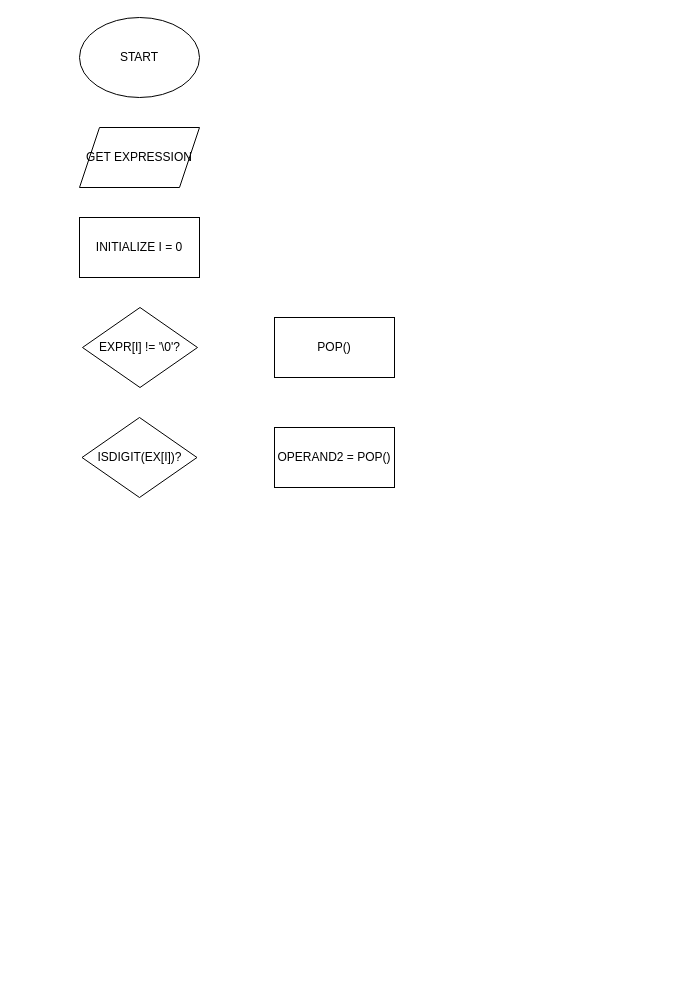
Before: Exp8.drawio in ahamril2265/DSA-LABS, a draw.io diagram. Source tidied: cells renumbered, new cells numbered last; positions are measured from the earlier drawing's top-left corner, leaving out a move shared by most shapes. Both pictures are drawn from the tidied source at 100%, with x=0, y=0 at pixel (79, 17).
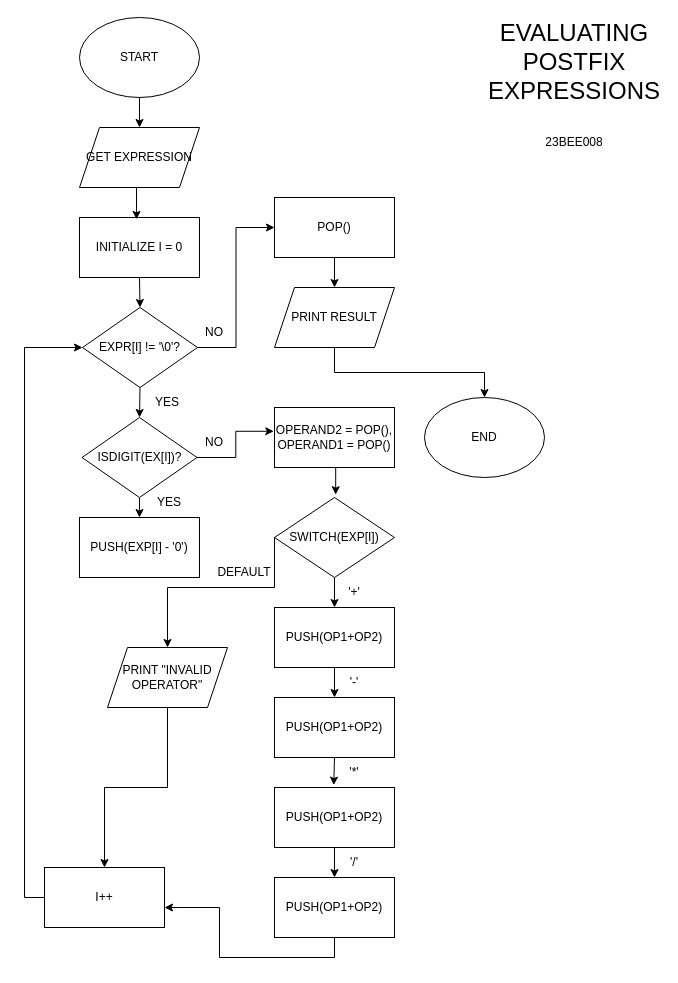
Above is the later version.

The change refers to these unchanged cells:
```xml
<mxCell id="2" value="START" style="ellipse;whiteSpace=wrap;html=1;" parent="1" vertex="1">
  <mxGeometry width="120" height="80" as="geometry" />
</mxCell>
<mxCell id="3" value="GET EXPRESSION" style="shape=parallelogram;perimeter=parallelogramPerimeter;whiteSpace=wrap;html=1;fixedSize=1;" parent="1" vertex="1">
  <mxGeometry y="110" width="120" height="60" as="geometry" />
</mxCell>
<mxCell id="4" value="INITIALIZE I = 0" style="rounded=0;whiteSpace=wrap;html=1;" parent="1" vertex="1">
  <mxGeometry y="200" width="120" height="60" as="geometry" />
</mxCell>
<mxCell id="5" value="EXPR[I] != '\0'?" style="rhombus;whiteSpace=wrap;html=1;" parent="1" vertex="1">
  <mxGeometry x="3" y="290" width="115" height="80" as="geometry" />
</mxCell>
<mxCell id="6" value="ISDIGIT(EX[I])?" style="rhombus;whiteSpace=wrap;html=1;" parent="1" vertex="1">
  <mxGeometry x="2.5" y="400" width="115" height="80" as="geometry" />
</mxCell>
```

What changed in the source:
```diff
@@
+    <mxCell id="9" style="edgeStyle=orthogonalEdgeStyle;rounded=0;jettySize=auto;html=1;exitX=0.5;exitY=1;exitDx=0;exitDy=0;entryX=0.5;entryY=0;entryDx=0;entryDy=0;" parent="1" edge="1" source="2" target="3">
+      <mxGeometry relative="1" as="geometry" />
+    </mxCell>
@@
+    <mxCell id="10" style="edgeStyle=orthogonalEdgeStyle;rounded=0;jettySize=auto;html=1;exitX=0.5;exitY=1;exitDx=0;exitDy=0;entryX=0.5;entryY=0;entryDx=0;entryDy=0;" parent="1" edge="1" source="4" target="5">
+      <mxGeometry relative="1" as="geometry" />
+    </mxCell>
@@
+    <mxCell id="11" style="edgeStyle=orthogonalEdgeStyle;rounded=0;jettySize=auto;html=1;exitX=0.5;exitY=1;exitDx=0;exitDy=0;entryX=0.5;entryY=0;entryDx=0;entryDy=0;" parent="1" edge="1" source="5" target="6">
+      <mxGeometry relative="1" as="geometry" />
+    </mxCell>
+    <mxCell id="12" style="edgeStyle=orthogonalEdgeStyle;rounded=0;jettySize=auto;html=1;exitX=1;exitY=0.5;exitDx=0;exitDy=0;entryX=0;entryY=0.5;entryDx=0;entryDy=0;" parent="1" edge="1" source="5" target="7">
+      <mxGeometry relative="1" as="geometry" />
+    </mxCell>
@@
+    <mxCell id="13" style="edgeStyle=orthogonalEdgeStyle;rounded=0;jettySize=auto;html=1;exitX=0.5;exitY=1;exitDx=0;exitDy=0;entryX=0.5;entryY=0;entryDx=0;entryDy=0;" parent="1" edge="1" source="6" target="20">
+      <mxGeometry relative="1" as="geometry" />
+    </mxCell>
@@
+    <mxCell id="14" style="edgeStyle=orthogonalEdgeStyle;rounded=0;jettySize=auto;html=1;exitX=0.5;exitY=1;exitDx=0;exitDy=0;entryX=0.5;entryY=0;entryDx=0;entryDy=0;" parent="1" edge="1" source="7" target="16">
+      <mxGeometry relative="1" as="geometry" />
+    </mxCell>
     <mxCell id="7" value="POP()" style="rounded=0;whiteSpace=wrap;html=1;" parent="1" vertex="1">
-      <mxGeometry x="195" y="300" width="120" height="60" as="geometry" />
+      <mxGeometry x="195" y="180" width="120" height="60" as="geometry" />
     </mxCell>
-    <mxCell id="8" value="OPERAND2 = POP()" style="rounded=0;whiteSpace=wrap;html=1;" parent="1" vertex="1">
-      <mxGeometry x="195" y="410" width="120" height="60" as="geometry" />
+    <mxCell id="8" value="OPERAND2 = POP(), OPERAND1 = POP()" style="rounded=0;whiteSpace=wrap;html=1;" parent="1" vertex="1">
+      <mxGeometry x="195" y="390" width="120" height="60" as="geometry" />
     </mxCell>
+    <mxCell id="15" style="edgeStyle=orthogonalEdgeStyle;rounded=0;jettySize=auto;html=1;exitX=0.5;exitY=1;exitDx=0;exitDy=0;entryX=0.5;entryY=0;entryDx=0;entryDy=0;" parent="1" edge="1" source="16" target="45">
+      <mxGeometry relative="1" as="geometry" />
+    </mxCell>
+    <mxCell id="16" value="PRINT RESULT" style="shape=parallelogram;perimeter=parallelogramPerimeter;whiteSpace=wrap;html=1;fixedSize=1;" parent="1" vertex="1">
+      <mxGeometry x="195" y="270" width="120" height="60" as="geometry" />
+    </mxCell>
+    <mxCell id="17" style="edgeStyle=orthogonalEdgeStyle;rounded=0;jettySize=auto;html=1;exitX=0;exitY=0.5;exitDx=0;exitDy=0;entryX=0.5;entryY=0;entryDx=0;entryDy=0;" parent="1" edge="1" source="19" target="36">
+      <mxGeometry relative="1" as="geometry">
+        <Array as="points">
+          <mxPoint x="195" y="570" />
+          <mxPoint x="88" y="570" />
+        </Array>
+      </mxGeometry>
+    </mxCell>
+    <mxCell id="18" style="edgeStyle=orthogonalEdgeStyle;rounded=0;jettySize=auto;html=1;exitX=0.5;exitY=1;exitDx=0;exitDy=0;entryX=0.5;entryY=0;entryDx=0;entryDy=0;" parent="1" edge="1" source="19" target="22">
+      <mxGeometry relative="1" as="geometry" />
+    </mxCell>
+    <mxCell id="19" value="SWITCH(EXP[I])" style="rhombus;whiteSpace=wrap;html=1;" parent="1" vertex="1">
+      <mxGeometry x="195" y="480" width="120" height="80" as="geometry" />
+    </mxCell>
+    <mxCell id="20" value="PUSH(EXP[I] - '0')" style="rounded=0;whiteSpace=wrap;html=1;" parent="1" vertex="1">
+      <mxGeometry y="500" width="120" height="60" as="geometry" />
+    </mxCell>
+    <mxCell id="21" style="edgeStyle=orthogonalEdgeStyle;rounded=0;jettySize=auto;html=1;exitX=0.5;exitY=1;exitDx=0;exitDy=0;entryX=0.5;entryY=0;entryDx=0;entryDy=0;" parent="1" edge="1" source="22" target="23">
+      <mxGeometry relative="1" as="geometry" />
+    </mxCell>
+    <mxCell id="22" value="PUSH(OP1+OP2)" style="rounded=0;whiteSpace=wrap;html=1;" parent="1" vertex="1">
+      <mxGeometry x="195" y="590" width="120" height="60" as="geometry" />
+    </mxCell>
+    <mxCell id="23" value="PUSH(OP1+OP2)" style="rounded=0;whiteSpace=wrap;html=1;" parent="1" vertex="1">
+      <mxGeometry x="195" y="680" width="120" height="60" as="geometry" />
+    </mxCell>
+    <mxCell id="24" style="edgeStyle=orthogonalEdgeStyle;rounded=0;jettySize=auto;html=1;exitX=0.5;exitY=1;exitDx=0;exitDy=0;entryX=0.5;entryY=0;entryDx=0;entryDy=0;" parent="1" edge="1" source="25" target="26">
+      <mxGeometry relative="1" as="geometry" />
+    </mxCell>
+    <mxCell id="25" value="PUSH(OP1+OP2)" style="rounded=0;whiteSpace=wrap;html=1;" parent="1" vertex="1">
+      <mxGeometry x="195" y="770" width="120" height="60" as="geometry" />
+    </mxCell>
+    <mxCell id="26" value="PUSH(OP1+OP2)" style="rounded=0;whiteSpace=wrap;html=1;" parent="1" vertex="1">
+      <mxGeometry x="195" y="860" width="120" height="60" as="geometry" />
+    </mxCell>
+    <mxCell id="27" style="edgeStyle=orthogonalEdgeStyle;rounded=0;jettySize=auto;html=1;exitX=0;exitY=0.5;exitDx=0;exitDy=0;entryX=0;entryY=0.5;entryDx=0;entryDy=0;" parent="1" edge="1" source="28" target="5">
+      <mxGeometry relative="1" as="geometry" />
+    </mxCell>
+    <mxCell id="28" value="I++" style="rounded=0;whiteSpace=wrap;html=1;" parent="1" vertex="1">
+      <mxGeometry x="-35" y="850" width="120" height="60" as="geometry" />
+    </mxCell>
+    <mxCell id="29" style="edgeStyle=orthogonalEdgeStyle;rounded=0;jettySize=auto;html=1;exitX=0.5;exitY=1;exitDx=0;exitDy=0;entryX=0.475;entryY=0.031;entryDx=0;entryDy=0;entryPerimeter=0;" parent="1" edge="1" source="3" target="4">
+      <mxGeometry relative="1" as="geometry" />
+    </mxCell>
+    <mxCell id="30" value="YES" style="text;html=1;whiteSpace=wrap;strokeColor=none;fillColor=none;align=center;verticalAlign=middle;rounded=0;" parent="1" vertex="1">
+      <mxGeometry x="57.5" y="370" width="60" height="30" as="geometry" />
+    </mxCell>
+    <mxCell id="31" value="NO" style="text;html=1;whiteSpace=wrap;strokeColor=none;fillColor=none;align=center;verticalAlign=middle;rounded=0;" parent="1" vertex="1">
+      <mxGeometry x="105" y="300" width="60" height="30" as="geometry" />
+    </mxCell>
+    <mxCell id="32" style="edgeStyle=orthogonalEdgeStyle;rounded=0;jettySize=auto;html=1;exitX=1;exitY=0.5;exitDx=0;exitDy=0;entryX=-0.006;entryY=0.396;entryDx=0;entryDy=0;entryPerimeter=0;" parent="1" edge="1" source="6" target="8">
+      <mxGeometry relative="1" as="geometry" />
+    </mxCell>
+    <mxCell id="33" value="NO" style="text;html=1;whiteSpace=wrap;strokeColor=none;fillColor=none;align=center;verticalAlign=middle;rounded=0;" parent="1" vertex="1">
+      <mxGeometry x="105" y="410" width="60" height="30" as="geometry" />
+    </mxCell>
+    <mxCell id="34" value="YES" style="text;html=1;whiteSpace=wrap;strokeColor=none;fillColor=none;align=center;verticalAlign=middle;rounded=0;" parent="1" vertex="1">
+      <mxGeometry x="60" y="470" width="60" height="30" as="geometry" />
+    </mxCell>
+    <mxCell id="35" style="edgeStyle=orthogonalEdgeStyle;rounded=0;jettySize=auto;html=1;exitX=0.5;exitY=1;exitDx=0;exitDy=0;entryX=0.5;entryY=0;entryDx=0;entryDy=0;" parent="1" edge="1" source="36" target="28">
+      <mxGeometry relative="1" as="geometry" />
+    </mxCell>
+    <mxCell id="36" value="PRINT &quot;INVALID OPERATOR&quot;" style="shape=parallelogram;perimeter=parallelogramPerimeter;whiteSpace=wrap;html=1;fixedSize=1;" parent="1" vertex="1">
+      <mxGeometry x="28" y="630" width="120" height="60" as="geometry" />
+    </mxCell>
+    <mxCell id="37" style="edgeStyle=orthogonalEdgeStyle;rounded=0;jettySize=auto;html=1;exitX=0.5;exitY=1;exitDx=0;exitDy=0;entryX=0.494;entryY=-0.04;entryDx=0;entryDy=0;entryPerimeter=0;" parent="1" edge="1" source="23" target="25">
+      <mxGeometry relative="1" as="geometry" />
+    </mxCell>
+    <mxCell id="38" style="edgeStyle=orthogonalEdgeStyle;rounded=0;jettySize=auto;html=1;exitX=0.5;exitY=1;exitDx=0;exitDy=0;entryX=1;entryY=0.667;entryDx=0;entryDy=0;entryPerimeter=0;" parent="1" edge="1" source="26" target="28">
+      <mxGeometry relative="1" as="geometry" />
+    </mxCell>
+    <mxCell id="39" value="DEFAULT" style="text;html=1;whiteSpace=wrap;strokeColor=none;fillColor=none;align=center;verticalAlign=middle;rounded=0;" parent="1" vertex="1">
+      <mxGeometry x="135" y="540" width="60" height="30" as="geometry" />
+    </mxCell>
+    <mxCell id="40" style="edgeStyle=orthogonalEdgeStyle;rounded=0;jettySize=auto;html=1;exitX=0.5;exitY=1;exitDx=0;exitDy=0;entryX=0.51;entryY=-0.035;entryDx=0;entryDy=0;entryPerimeter=0;" parent="1" edge="1" source="8" target="19">
+      <mxGeometry relative="1" as="geometry" />
+    </mxCell>
+    <mxCell id="41" value="'+'" style="text;html=1;whiteSpace=wrap;strokeColor=none;fillColor=none;align=center;verticalAlign=middle;rounded=0;" parent="1" vertex="1">
+      <mxGeometry x="245" y="560" width="60" height="30" as="geometry" />
+    </mxCell>
+    <mxCell id="42" value="'-'" style="text;html=1;whiteSpace=wrap;strokeColor=none;fillColor=none;align=center;verticalAlign=middle;rounded=0;" parent="1" vertex="1">
+      <mxGeometry x="245" y="650" width="60" height="30" as="geometry" />
+    </mxCell>
+    <mxCell id="43" value="'*'" style="text;html=1;whiteSpace=wrap;strokeColor=none;fillColor=none;align=center;verticalAlign=middle;rounded=0;" parent="1" vertex="1">
+      <mxGeometry x="245" y="740" width="60" height="30" as="geometry" />
+    </mxCell>
+    <mxCell id="44" value="'/'" style="text;html=1;whiteSpace=wrap;strokeColor=none;fillColor=none;align=center;verticalAlign=middle;rounded=0;" parent="1" vertex="1">
+      <mxGeometry x="245" y="830" width="60" height="30" as="geometry" />
+    </mxCell>
+    <mxCell id="45" value="END" style="ellipse;whiteSpace=wrap;html=1;" parent="1" vertex="1">
+      <mxGeometry x="345" y="380" width="120" height="80" as="geometry" />
+    </mxCell>
+    <mxCell id="46" value="&lt;font style=&quot;font-size: 24px;&quot;&gt;EVALUATING POSTFIX EXPRESSIONS&lt;/font&gt;" style="text;html=1;whiteSpace=wrap;strokeColor=none;fillColor=none;align=center;verticalAlign=middle;rounded=0;" parent="1" vertex="1">
+      <mxGeometry x="465" y="30" width="60" height="30" as="geometry" />
+    </mxCell>
+    <mxCell id="47" value="23BEE008" style="text;html=1;whiteSpace=wrap;strokeColor=none;fillColor=none;align=center;verticalAlign=middle;rounded=0;" parent="1" vertex="1">
+      <mxGeometry x="465" y="110" width="60" height="30" as="geometry" />
+    </mxCell>
```
